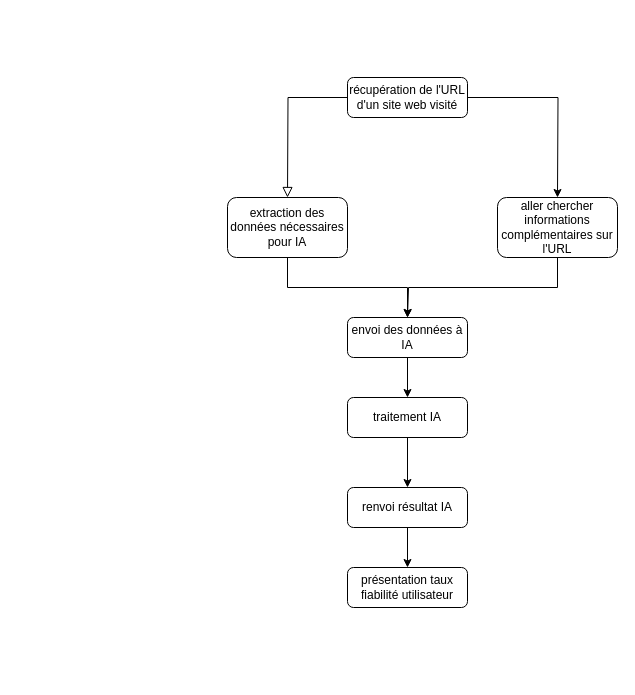
The draw.io diagram Diagramme sans nom.drawio in LizaZou/PickUpInfoURL, before the edit. Source tidied: cells renumbered, new cells numbered last; positions are measured from the earlier drawing's top-left corner, leaving out a move shared by most shapes. Both pictures are drawn from the tidied source at 100%, with x=0, y=0 at pixel (227, 77).
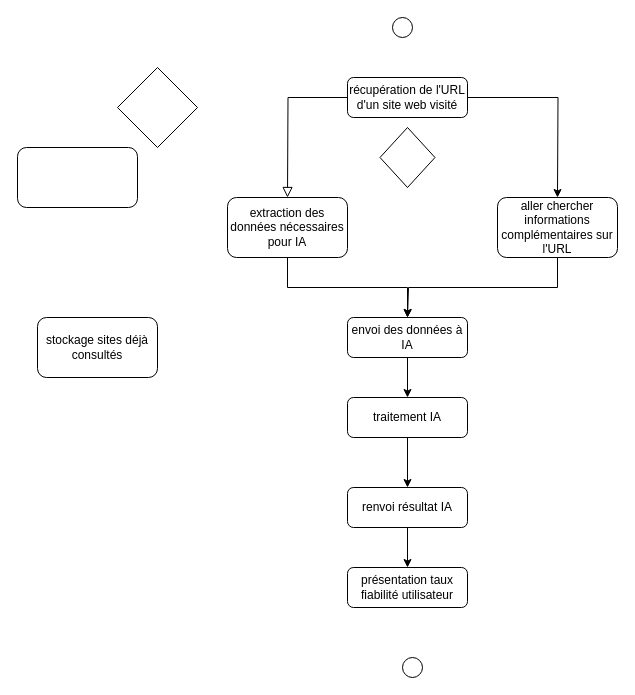
The same diagram, later.

Change to the diagram source:
```diff
@@
+    <mxCell id="16" style="ellipse;whiteSpace=wrap;html=1;" parent="1" vertex="1">
+      <mxGeometry x="165" y="-60" width="20" height="20" as="geometry" />
+    </mxCell>
+    <mxCell id="17" style="ellipse;whiteSpace=wrap;html=1;" parent="1" vertex="1">
+      <mxGeometry x="175" y="580" width="20" height="20" as="geometry" />
+    </mxCell>
+    <mxCell id="18" value="stockage sites déjà consultés " style="rounded=1;whiteSpace=wrap;html=1;" parent="1" vertex="1">
+      <mxGeometry x="-190" y="240" width="120" height="60" as="geometry" />
+    </mxCell>
+    <mxCell id="19" style="rhombus;whiteSpace=wrap;html=1;" parent="1" vertex="1">
+      <mxGeometry x="152.5" y="50" width="55" height="60" as="geometry" />
+    </mxCell>
+    <mxCell id="20" style="rhombus;whiteSpace=wrap;html=1;" parent="1" vertex="1">
+      <mxGeometry x="-110" y="-10" width="80" height="80" as="geometry" />
+    </mxCell>
+    <mxCell id="21" style="rounded=1;whiteSpace=wrap;html=1;" parent="1" vertex="1">
+      <mxGeometry x="-210" y="70" width="120" height="60" as="geometry" />
+    </mxCell>
```
